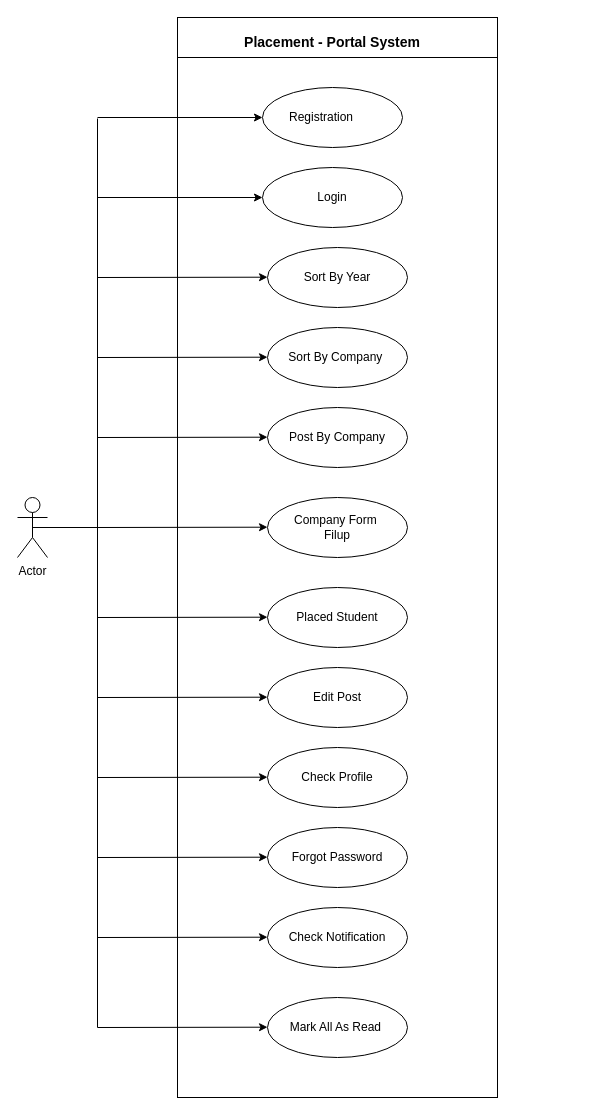
The draw.io diagram useCase.drawio in shalulaha/Minor_Project, before the edit. Source tidied: cells renumbered, new cells numbered last; positions are measured from the earlier drawing's top-left corner, leaving out a move shared by most shapes. Both pictures are drawn from the tidied source at 100%, with x=0, y=0 at pixel (17, 17).
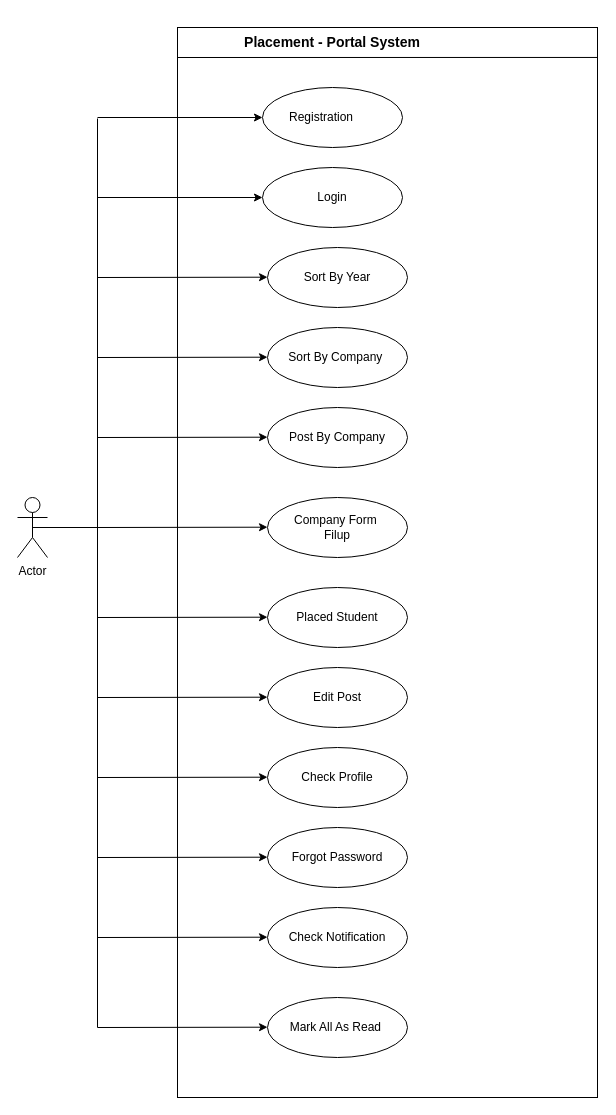
Above is the later version.

What changed in the source:
```diff
@@
     <mxCell id="2" style="rounded=0;whiteSpace=wrap;html=1;" parent="1" vertex="1">
-      <mxGeometry x="160" width="320" height="1080" as="geometry" />
+      <mxGeometry x="160" y="10" width="420" height="1070" as="geometry" />
     </mxCell>
-    <mxCell id="3" style="endArrow=none;html=1;rounded=0;" parent="1" edge="1">
+    <mxCell id="3" style="endArrow=none;html=1;rounded=0;entryX=1;entryY=0.028;entryDx=0;entryDy=0;entryPerimeter=0;" parent="1" edge="1" target="2">
       <mxGeometry relative="1" as="geometry">
         <mxPoint x="160" y="40" as="sourcePoint" />
-        <mxPoint x="480" y="40" as="targetPoint" />
       </mxGeometry>
     </mxCell>
```
